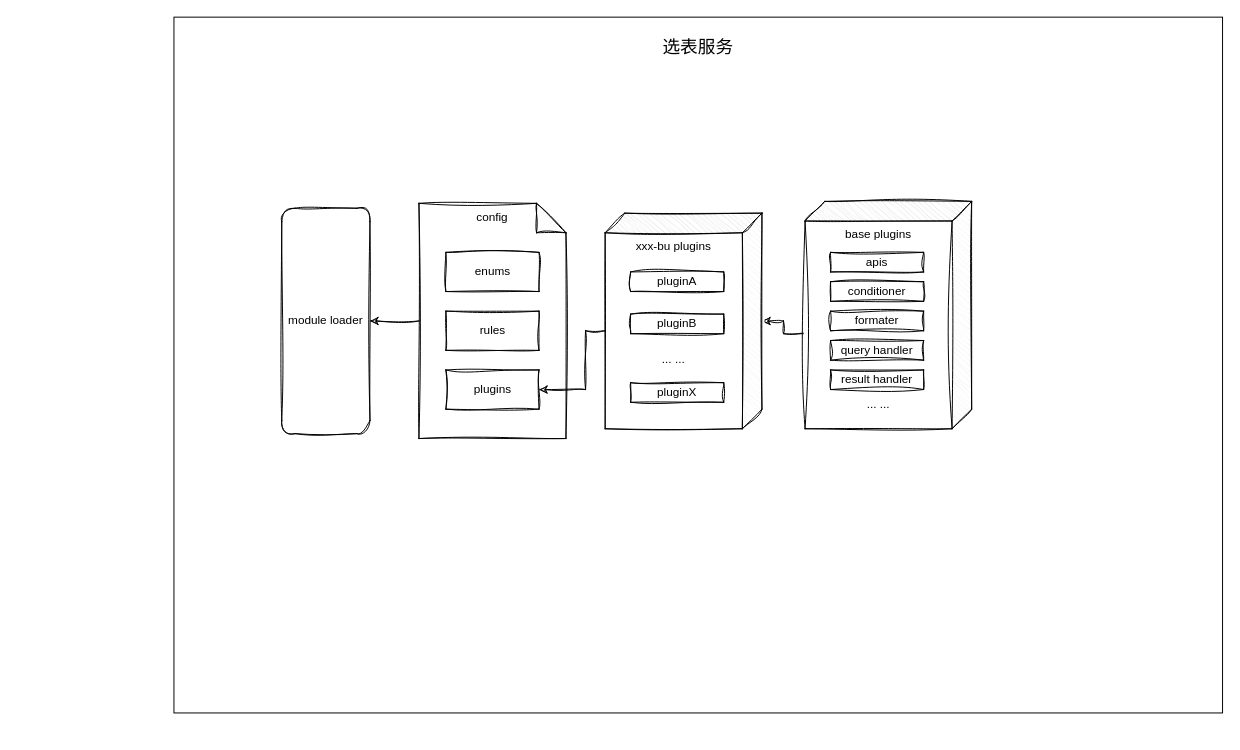
Before: chatbi/xuanbiao.drawio in cavaljames/work-diagrams, a draw.io diagram. Source tidied: cells renumbered, new cells numbered last; positions are measured from the earlier drawing's top-left corner, leaving out a move shared by most shapes. Both pictures are drawn from the tidied source at 98%, with x=0, y=0 at pixel (173, 17).
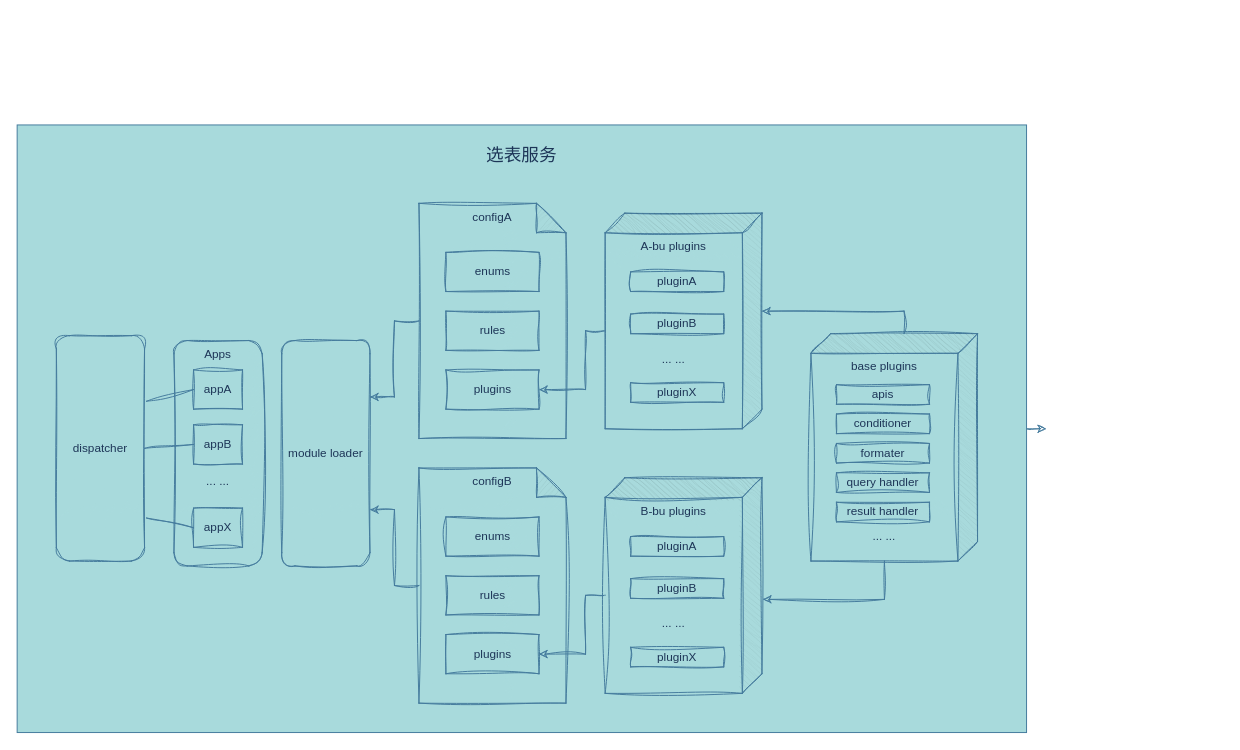
Above is the later version.

Change to the diagram source:
```diff
@@
+    <mxCell id="21" style="edgeStyle=orthogonalEdgeStyle;rounded=0;sketch=1;hachureGap=4;jiggle=2;curveFitting=1;jettySize=auto;html=1;exitX=1;exitY=0.5;exitDx=0;exitDy=0;fontColor=default;labelBackgroundColor=none;strokeColor=#457B9D;" parent="1" edge="1" source="2">
+      <mxGeometry relative="1" as="geometry">
+        <mxPoint x="890" y="420" as="targetPoint" />
+      </mxGeometry>
+    </mxCell>
-    <mxCell id="2" value="&lt;div&gt;&lt;br&gt;&lt;/div&gt;&lt;font style=&quot;font-size: 18px;&quot;&gt;选表服务&lt;/font&gt;" style="rounded=0;whiteSpace=wrap;html=1;hachureGap=4;verticalAlign=top;" parent="1" vertex="1">
-      <mxGeometry width="1070" height="710" as="geometry" />
+    <mxCell id="2" value="&lt;div&gt;&lt;br&gt;&lt;/div&gt;&lt;font style=&quot;font-size: 18px;&quot;&gt;选表服务&lt;/font&gt;" style="rounded=0;whiteSpace=wrap;html=1;hachureGap=4;verticalAlign=top;labelBackgroundColor=none;fillColor=#A8DADC;strokeColor=#457B9D;fontColor=#1D3557;" parent="1" vertex="1">
+      <mxGeometry x="-160" y="110" width="1030" height="620" as="geometry" />
     </mxCell>
-    <mxCell id="3" style="edgeStyle=orthogonalEdgeStyle;rounded=0;sketch=1;hachureGap=4;jiggle=2;curveFitting=1;jettySize=auto;html=1;" parent="1" edge="1" source="4" target="5">
-      <mxGeometry relative="1" as="geometry" />
-    </mxCell>
-    <mxCell id="4" value="config" style="shape=note;whiteSpace=wrap;html=1;backgroundOutline=1;darkOpacity=0.05;sketch=1;hachureGap=4;jiggle=2;curveFitting=1;verticalAlign=top;" parent="1" vertex="1">
+    <mxCell id="4" value="configA" style="shape=note;whiteSpace=wrap;html=1;backgroundOutline=1;darkOpacity=0.05;sketch=1;hachureGap=4;jiggle=2;curveFitting=1;verticalAlign=top;labelBackgroundColor=none;fillColor=#A8DADC;strokeColor=#457B9D;fontColor=#1D3557;" parent="1" vertex="1">
       <mxGeometry x="250" y="190" width="150" height="240" as="geometry" />
     </mxCell>
-    <mxCell id="5" value="module loader" style="rounded=1;whiteSpace=wrap;html=1;sketch=1;hachureGap=4;jiggle=2;curveFitting=1;" parent="1" vertex="1">
-      <mxGeometry x="110" y="195" width="90" height="230" as="geometry" />
+    <mxCell id="5" value="module loader" style="rounded=1;whiteSpace=wrap;html=1;sketch=1;hachureGap=4;jiggle=2;curveFitting=1;labelBackgroundColor=none;fillColor=#A8DADC;strokeColor=#457B9D;fontColor=#1D3557;" parent="1" vertex="1">
+      <mxGeometry x="110" y="330" width="90" height="230" as="geometry" />
     </mxCell>
-    <mxCell id="6" value="plugins" style="rounded=0;whiteSpace=wrap;html=1;sketch=1;hachureGap=4;jiggle=2;curveFitting=1;" parent="1" vertex="1">
+    <mxCell id="6" value="plugins" style="rounded=0;whiteSpace=wrap;html=1;sketch=1;hachureGap=4;jiggle=2;curveFitting=1;labelBackgroundColor=none;fillColor=#A8DADC;strokeColor=#457B9D;fontColor=#1D3557;" parent="1" vertex="1">
       <mxGeometry x="277.5" y="360" width="95" height="40" as="geometry" />
     </mxCell>
-    <mxCell id="7" value="enums" style="rounded=0;whiteSpace=wrap;html=1;sketch=1;hachureGap=4;jiggle=2;curveFitting=1;" parent="1" vertex="1">
+    <mxCell id="7" value="enums" style="rounded=0;whiteSpace=wrap;html=1;sketch=1;hachureGap=4;jiggle=2;curveFitting=1;labelBackgroundColor=none;fillColor=#A8DADC;strokeColor=#457B9D;fontColor=#1D3557;" parent="1" vertex="1">
       <mxGeometry x="277.5" y="240" width="95" height="40" as="geometry" />
     </mxCell>
-    <mxCell id="8" value="rules" style="rounded=0;whiteSpace=wrap;html=1;sketch=1;hachureGap=4;jiggle=2;curveFitting=1;" parent="1" vertex="1">
+    <mxCell id="8" value="rules" style="rounded=0;whiteSpace=wrap;html=1;sketch=1;hachureGap=4;jiggle=2;curveFitting=1;labelBackgroundColor=none;fillColor=#A8DADC;strokeColor=#457B9D;fontColor=#1D3557;" parent="1" vertex="1">
       <mxGeometry x="277.5" y="300" width="95" height="40" as="geometry" />
     </mxCell>
-    <mxCell id="9" style="edgeStyle=orthogonalEdgeStyle;rounded=0;sketch=1;hachureGap=4;jiggle=2;curveFitting=1;jettySize=auto;html=1;exitX=0;exitY=0;exitDx=135;exitDy=170;exitPerimeter=0;" parent="1" edge="1" source="10" target="17">
-      <mxGeometry relative="1" as="geometry" />
-    </mxCell>
-    <mxCell id="10" value="base plugins&lt;div&gt;&lt;br&gt;&lt;/div&gt;&lt;div&gt;&lt;br&gt;&lt;/div&gt;&lt;div&gt;&lt;br&gt;&lt;/div&gt;&lt;div&gt;&lt;br&gt;&lt;/div&gt;&lt;div&gt;&lt;br&gt;&lt;/div&gt;&lt;div&gt;&lt;br&gt;&lt;/div&gt;&lt;div&gt;&lt;br&gt;&lt;/div&gt;&lt;div&gt;&lt;br&gt;&lt;/div&gt;&lt;div&gt;&lt;br&gt;&lt;/div&gt;&lt;div&gt;&lt;br&gt;&lt;/div&gt;&lt;div&gt;&lt;br&gt;&lt;/div&gt;&lt;div&gt;&lt;span style=&quot;background-color: initial;&quot;&gt;... ...&lt;/span&gt;&lt;br&gt;&lt;/div&gt;" style="shape=cube;whiteSpace=wrap;html=1;boundedLbl=1;backgroundOutline=1;darkOpacity=0.05;darkOpacity2=0.1;sketch=1;hachureGap=4;jiggle=2;curveFitting=1;direction=south;verticalAlign=top;" parent="1" vertex="1">
-      <mxGeometry x="644" y="188" width="170" height="232" as="geometry" />
+    <mxCell id="10" value="base plugins&lt;div&gt;&lt;br&gt;&lt;/div&gt;&lt;div&gt;&lt;br&gt;&lt;/div&gt;&lt;div&gt;&lt;br&gt;&lt;/div&gt;&lt;div&gt;&lt;br&gt;&lt;/div&gt;&lt;div&gt;&lt;br&gt;&lt;/div&gt;&lt;div&gt;&lt;br&gt;&lt;/div&gt;&lt;div&gt;&lt;br&gt;&lt;/div&gt;&lt;div&gt;&lt;br&gt;&lt;/div&gt;&lt;div&gt;&lt;br&gt;&lt;/div&gt;&lt;div&gt;&lt;br&gt;&lt;/div&gt;&lt;div&gt;&lt;br&gt;&lt;/div&gt;&lt;div&gt;&lt;span style=&quot;background-color: initial;&quot;&gt;... ...&lt;/span&gt;&lt;br&gt;&lt;/div&gt;" style="shape=cube;whiteSpace=wrap;html=1;boundedLbl=1;backgroundOutline=1;darkOpacity=0.05;darkOpacity2=0.1;sketch=1;hachureGap=4;jiggle=2;curveFitting=1;direction=south;verticalAlign=top;labelBackgroundColor=none;fillColor=#A8DADC;strokeColor=#457B9D;fontColor=#1D3557;" parent="1" vertex="1">
+      <mxGeometry x="650" y="323" width="170" height="232" as="geometry" />
     </mxCell>
-    <mxCell id="11" value="apis" style="rounded=0;whiteSpace=wrap;html=1;sketch=1;hachureGap=4;jiggle=2;curveFitting=1;" parent="1" vertex="1">
-      <mxGeometry x="670" y="240" width="95" height="20" as="geometry" />
+    <mxCell id="11" value="apis" style="rounded=0;whiteSpace=wrap;html=1;sketch=1;hachureGap=4;jiggle=2;curveFitting=1;labelBackgroundColor=none;fillColor=#A8DADC;strokeColor=#457B9D;fontColor=#1D3557;" parent="1" vertex="1">
+      <mxGeometry x="676" y="375" width="95" height="20" as="geometry" />
     </mxCell>
-    <mxCell id="12" value="result handler" style="rounded=0;whiteSpace=wrap;html=1;sketch=1;hachureGap=4;jiggle=2;curveFitting=1;" parent="1" vertex="1">
-      <mxGeometry x="670" y="360" width="95" height="20" as="geometry" />
+    <mxCell id="12" value="result handler" style="rounded=0;whiteSpace=wrap;html=1;sketch=1;hachureGap=4;jiggle=2;curveFitting=1;labelBackgroundColor=none;fillColor=#A8DADC;strokeColor=#457B9D;fontColor=#1D3557;" parent="1" vertex="1">
+      <mxGeometry x="676" y="495" width="95" height="20" as="geometry" />
     </mxCell>
-    <mxCell id="13" value="query handler" style="rounded=0;whiteSpace=wrap;html=1;sketch=1;hachureGap=4;jiggle=2;curveFitting=1;" parent="1" vertex="1">
-      <mxGeometry x="670" y="330" width="95" height="20" as="geometry" />
+    <mxCell id="13" value="query handler" style="rounded=0;whiteSpace=wrap;html=1;sketch=1;hachureGap=4;jiggle=2;curveFitting=1;labelBackgroundColor=none;fillColor=#A8DADC;strokeColor=#457B9D;fontColor=#1D3557;" parent="1" vertex="1">
+      <mxGeometry x="676" y="465" width="95" height="20" as="geometry" />
     </mxCell>
-    <mxCell id="14" value="conditioner" style="rounded=0;whiteSpace=wrap;html=1;sketch=1;hachureGap=4;jiggle=2;curveFitting=1;" parent="1" vertex="1">
-      <mxGeometry x="670" y="270" width="95" height="20" as="geometry" />
+    <mxCell id="14" value="conditioner" style="rounded=0;whiteSpace=wrap;html=1;sketch=1;hachureGap=4;jiggle=2;curveFitting=1;labelBackgroundColor=none;fillColor=#A8DADC;strokeColor=#457B9D;fontColor=#1D3557;" parent="1" vertex="1">
+      <mxGeometry x="676" y="405" width="95" height="20" as="geometry" />
     </mxCell>
-    <mxCell id="15" value="formater" style="rounded=0;whiteSpace=wrap;html=1;sketch=1;hachureGap=4;jiggle=2;curveFitting=1;" parent="1" vertex="1">
-      <mxGeometry x="670" y="300" width="95" height="20" as="geometry" />
+    <mxCell id="15" value="formater" style="rounded=0;whiteSpace=wrap;html=1;sketch=1;hachureGap=4;jiggle=2;curveFitting=1;labelBackgroundColor=none;fillColor=#A8DADC;strokeColor=#457B9D;fontColor=#1D3557;" parent="1" vertex="1">
+      <mxGeometry x="676" y="435" width="95" height="20" as="geometry" />
     </mxCell>
-    <mxCell id="16" style="edgeStyle=orthogonalEdgeStyle;rounded=0;sketch=1;hachureGap=4;jiggle=2;curveFitting=1;jettySize=auto;html=1;exitX=0;exitY=0;exitDx=120;exitDy=160;exitPerimeter=0;entryX=1;entryY=0.5;entryDx=0;entryDy=0;" parent="1" edge="1" source="17" target="6">
+    <mxCell id="16" style="edgeStyle=orthogonalEdgeStyle;rounded=0;sketch=1;hachureGap=4;jiggle=2;curveFitting=1;jettySize=auto;html=1;exitX=0;exitY=0;exitDx=120;exitDy=160;exitPerimeter=0;entryX=1;entryY=0.5;entryDx=0;entryDy=0;labelBackgroundColor=none;fontColor=default;strokeColor=#457B9D;" parent="1" edge="1" source="17" target="6">
       <mxGeometry relative="1" as="geometry">
         <Array as="points">
           <mxPoint x="420" y="320" />
           <mxPoint x="420" y="380" />
         </Array>
       </mxGeometry>
     </mxCell>
-    <mxCell id="17" value="xxx-bu plugins&lt;div&gt;&lt;br&gt;&lt;/div&gt;&lt;div&gt;&lt;br&gt;&lt;/div&gt;&lt;div&gt;&lt;br&gt;&lt;/div&gt;&lt;div&gt;&lt;br&gt;&lt;/div&gt;&lt;div&gt;&lt;br&gt;&lt;/div&gt;&lt;div&gt;&lt;br&gt;&lt;/div&gt;&lt;div&gt;&lt;br&gt;&lt;/div&gt;&lt;div&gt;... ...&lt;/div&gt;" style="shape=cube;whiteSpace=wrap;html=1;boundedLbl=1;backgroundOutline=1;darkOpacity=0.05;darkOpacity2=0.1;sketch=1;hachureGap=4;jiggle=2;curveFitting=1;direction=south;verticalAlign=top;" parent="1" vertex="1">
+    <mxCell id="17" value="A-bu plugins&lt;div&gt;&lt;br&gt;&lt;/div&gt;&lt;div&gt;&lt;br&gt;&lt;/div&gt;&lt;div&gt;&lt;br&gt;&lt;/div&gt;&lt;div&gt;&lt;br&gt;&lt;/div&gt;&lt;div&gt;&lt;br&gt;&lt;/div&gt;&lt;div&gt;&lt;br&gt;&lt;/div&gt;&lt;div&gt;&lt;br&gt;&lt;/div&gt;&lt;div&gt;... ...&lt;/div&gt;" style="shape=cube;whiteSpace=wrap;html=1;boundedLbl=1;backgroundOutline=1;darkOpacity=0.05;darkOpacity2=0.1;sketch=1;hachureGap=4;jiggle=2;curveFitting=1;direction=south;verticalAlign=top;labelBackgroundColor=none;fillColor=#A8DADC;strokeColor=#457B9D;fontColor=#1D3557;" parent="1" vertex="1">
       <mxGeometry x="440" y="200" width="160" height="220" as="geometry" />
     </mxCell>
-    <mxCell id="18" value="pluginA" style="rounded=0;whiteSpace=wrap;html=1;sketch=1;hachureGap=4;jiggle=2;curveFitting=1;" parent="1" vertex="1">
+    <mxCell id="18" value="pluginA" style="rounded=0;whiteSpace=wrap;html=1;sketch=1;hachureGap=4;jiggle=2;curveFitting=1;labelBackgroundColor=none;fillColor=#A8DADC;strokeColor=#457B9D;fontColor=#1D3557;" parent="1" vertex="1">
       <mxGeometry x="466" y="260" width="95" height="20" as="geometry" />
     </mxCell>
-    <mxCell id="19" value="pluginX" style="rounded=0;whiteSpace=wrap;html=1;sketch=1;hachureGap=4;jiggle=2;curveFitting=1;" parent="1" vertex="1">
+    <mxCell id="19" value="pluginX" style="rounded=0;whiteSpace=wrap;html=1;sketch=1;hachureGap=4;jiggle=2;curveFitting=1;labelBackgroundColor=none;fillColor=#A8DADC;strokeColor=#457B9D;fontColor=#1D3557;" parent="1" vertex="1">
       <mxGeometry x="466" y="373" width="95" height="20" as="geometry" />
     </mxCell>
-    <mxCell id="20" value="pluginB" style="rounded=0;whiteSpace=wrap;html=1;sketch=1;hachureGap=4;jiggle=2;curveFitting=1;" parent="1" vertex="1">
+    <mxCell id="20" value="pluginB" style="rounded=0;whiteSpace=wrap;html=1;sketch=1;hachureGap=4;jiggle=2;curveFitting=1;labelBackgroundColor=none;fillColor=#A8DADC;strokeColor=#457B9D;fontColor=#1D3557;" parent="1" vertex="1">
       <mxGeometry x="466" y="303" width="95" height="20" as="geometry" />
     </mxCell>
+    <mxCell id="22" value="configB" style="shape=note;whiteSpace=wrap;html=1;backgroundOutline=1;darkOpacity=0.05;sketch=1;hachureGap=4;jiggle=2;curveFitting=1;verticalAlign=top;labelBackgroundColor=none;fillColor=#A8DADC;strokeColor=#457B9D;fontColor=#1D3557;" parent="1" vertex="1">
+      <mxGeometry x="250" y="460" width="150" height="240" as="geometry" />
+    </mxCell>
+    <mxCell id="23" value="plugins" style="rounded=0;whiteSpace=wrap;html=1;sketch=1;hachureGap=4;jiggle=2;curveFitting=1;labelBackgroundColor=none;fillColor=#A8DADC;strokeColor=#457B9D;fontColor=#1D3557;" parent="1" vertex="1">
+      <mxGeometry x="277.5" y="630" width="95" height="40" as="geometry" />
+    </mxCell>
+    <mxCell id="24" value="enums" style="rounded=0;whiteSpace=wrap;html=1;sketch=1;hachureGap=4;jiggle=2;curveFitting=1;labelBackgroundColor=none;fillColor=#A8DADC;strokeColor=#457B9D;fontColor=#1D3557;" parent="1" vertex="1">
+      <mxGeometry x="277.5" y="510" width="95" height="40" as="geometry" />
+    </mxCell>
+    <mxCell id="25" value="rules" style="rounded=0;whiteSpace=wrap;html=1;sketch=1;hachureGap=4;jiggle=2;curveFitting=1;labelBackgroundColor=none;fillColor=#A8DADC;strokeColor=#457B9D;fontColor=#1D3557;" parent="1" vertex="1">
+      <mxGeometry x="277.5" y="570" width="95" height="40" as="geometry" />
+    </mxCell>
+    <mxCell id="26" style="edgeStyle=orthogonalEdgeStyle;rounded=0;sketch=1;hachureGap=4;jiggle=2;curveFitting=1;jettySize=auto;html=1;exitX=0;exitY=0;exitDx=120;exitDy=160;exitPerimeter=0;entryX=1;entryY=0.5;entryDx=0;entryDy=0;labelBackgroundColor=none;fontColor=default;strokeColor=#457B9D;" parent="1" edge="1" source="27" target="23">
+      <mxGeometry relative="1" as="geometry">
+        <Array as="points">
+          <mxPoint x="420" y="590" />
+          <mxPoint x="420" y="650" />
+        </Array>
+      </mxGeometry>
+    </mxCell>
+    <mxCell id="27" value="B-bu plugins&lt;div&gt;&lt;br&gt;&lt;/div&gt;&lt;div&gt;&lt;br&gt;&lt;/div&gt;&lt;div&gt;&lt;br&gt;&lt;/div&gt;&lt;div&gt;&lt;br&gt;&lt;/div&gt;&lt;div&gt;&lt;br&gt;&lt;/div&gt;&lt;div&gt;&lt;br&gt;&lt;/div&gt;&lt;div&gt;&lt;br&gt;&lt;/div&gt;&lt;div&gt;... ...&lt;/div&gt;" style="shape=cube;whiteSpace=wrap;html=1;boundedLbl=1;backgroundOutline=1;darkOpacity=0.05;darkOpacity2=0.1;sketch=1;hachureGap=4;jiggle=2;curveFitting=1;direction=south;verticalAlign=top;labelBackgroundColor=none;fillColor=#A8DADC;strokeColor=#457B9D;fontColor=#1D3557;" parent="1" vertex="1">
+      <mxGeometry x="440" y="470" width="160" height="220" as="geometry" />
+    </mxCell>
+    <mxCell id="28" value="pluginA" style="rounded=0;whiteSpace=wrap;html=1;sketch=1;hachureGap=4;jiggle=2;curveFitting=1;labelBackgroundColor=none;fillColor=#A8DADC;strokeColor=#457B9D;fontColor=#1D3557;" parent="1" vertex="1">
+      <mxGeometry x="466" y="530" width="95" height="20" as="geometry" />
+    </mxCell>
+    <mxCell id="29" value="pluginX" style="rounded=0;whiteSpace=wrap;html=1;sketch=1;hachureGap=4;jiggle=2;curveFitting=1;labelBackgroundColor=none;fillColor=#A8DADC;strokeColor=#457B9D;fontColor=#1D3557;" parent="1" vertex="1">
+      <mxGeometry x="466" y="643" width="95" height="20" as="geometry" />
+    </mxCell>
+    <mxCell id="30" value="pluginB" style="rounded=0;whiteSpace=wrap;html=1;sketch=1;hachureGap=4;jiggle=2;curveFitting=1;labelBackgroundColor=none;fillColor=#A8DADC;strokeColor=#457B9D;fontColor=#1D3557;" parent="1" vertex="1">
+      <mxGeometry x="466" y="573" width="95" height="20" as="geometry" />
+    </mxCell>
+    <mxCell id="3" style="edgeStyle=orthogonalEdgeStyle;rounded=0;sketch=1;hachureGap=4;jiggle=2;curveFitting=1;jettySize=auto;html=1;exitX=0;exitY=0.5;exitDx=0;exitDy=0;exitPerimeter=0;entryX=1;entryY=0.25;entryDx=0;entryDy=0;labelBackgroundColor=none;fontColor=default;strokeColor=#457B9D;" parent="1" edge="1" source="4" target="5">
+      <mxGeometry relative="1" as="geometry" />
+    </mxCell>
+    <mxCell id="31" style="edgeStyle=orthogonalEdgeStyle;rounded=0;sketch=1;hachureGap=4;jiggle=2;curveFitting=1;jettySize=auto;html=1;exitX=0;exitY=0.5;exitDx=0;exitDy=0;exitPerimeter=0;entryX=1;entryY=0.75;entryDx=0;entryDy=0;labelBackgroundColor=none;fontColor=default;strokeColor=#457B9D;" parent="1" edge="1" source="22" target="5">
+      <mxGeometry relative="1" as="geometry" />
+    </mxCell>
+    <mxCell id="9" style="edgeStyle=orthogonalEdgeStyle;rounded=0;sketch=1;hachureGap=4;jiggle=2;curveFitting=1;jettySize=auto;html=1;exitX=0;exitY=0;exitDx=0;exitDy=75;exitPerimeter=0;entryX=0;entryY=0;entryDx=100;entryDy=0;entryPerimeter=0;labelBackgroundColor=none;fontColor=default;strokeColor=#457B9D;" parent="1" edge="1" source="10" target="17">
+      <mxGeometry relative="1" as="geometry" />
+    </mxCell>
+    <mxCell id="32" style="edgeStyle=orthogonalEdgeStyle;rounded=0;sketch=1;hachureGap=4;jiggle=2;curveFitting=1;jettySize=auto;html=1;exitX=0;exitY=0;exitDx=232;exitDy=95;exitPerimeter=0;entryX=0.564;entryY=-0.006;entryDx=0;entryDy=0;entryPerimeter=0;labelBackgroundColor=none;fontColor=default;strokeColor=#457B9D;" parent="1" edge="1" source="10" target="27">
+      <mxGeometry relative="1" as="geometry" />
+    </mxCell>
+    <mxCell id="33" value="Apps&lt;div&gt;&lt;br&gt;&lt;/div&gt;&lt;div&gt;&lt;br&gt;&lt;/div&gt;&lt;div&gt;&lt;br&gt;&lt;/div&gt;&lt;div&gt;&lt;br&gt;&lt;/div&gt;&lt;div&gt;&lt;br&gt;&lt;/div&gt;&lt;div&gt;&lt;br&gt;&lt;/div&gt;&lt;div&gt;&lt;br&gt;&lt;/div&gt;&lt;div&gt;&lt;br&gt;&lt;/div&gt;&lt;div&gt;... ...&lt;/div&gt;" style="rounded=1;whiteSpace=wrap;html=1;sketch=1;hachureGap=4;jiggle=2;curveFitting=1;verticalAlign=top;labelBackgroundColor=none;fillColor=#A8DADC;strokeColor=#457B9D;fontColor=#1D3557;" parent="1" vertex="1">
+      <mxGeometry y="330" width="90" height="230" as="geometry" />
+    </mxCell>
+    <mxCell id="34" value="appA" style="rounded=0;whiteSpace=wrap;html=1;sketch=1;hachureGap=4;jiggle=2;curveFitting=1;labelBackgroundColor=none;fillColor=#A8DADC;strokeColor=#457B9D;fontColor=#1D3557;" parent="1" vertex="1">
+      <mxGeometry x="20" y="360" width="50" height="40" as="geometry" />
+    </mxCell>
+    <mxCell id="35" value="appB" style="rounded=0;whiteSpace=wrap;html=1;sketch=1;hachureGap=4;jiggle=2;curveFitting=1;labelBackgroundColor=none;fillColor=#A8DADC;strokeColor=#457B9D;fontColor=#1D3557;" parent="1" vertex="1">
+      <mxGeometry x="20" y="416" width="50" height="40" as="geometry" />
+    </mxCell>
+    <mxCell id="36" style="endArrow=none;html=1;rounded=0;sketch=1;hachureGap=4;jiggle=2;curveFitting=1;entryX=0;entryY=0.5;entryDx=0;entryDy=0;exitX=1.022;exitY=0.291;exitDx=0;exitDy=0;exitPerimeter=0;labelBackgroundColor=none;fontColor=default;strokeColor=#457B9D;" parent="1" edge="1" source="40" target="34">
+      <mxGeometry relative="1" as="geometry" />
+    </mxCell>
+    <mxCell id="37" value="appX" style="rounded=0;whiteSpace=wrap;html=1;sketch=1;hachureGap=4;jiggle=2;curveFitting=1;labelBackgroundColor=none;fillColor=#A8DADC;strokeColor=#457B9D;fontColor=#1D3557;" parent="1" vertex="1">
+      <mxGeometry x="20" y="501" width="50" height="40" as="geometry" />
+    </mxCell>
+    <mxCell id="38" style="endArrow=none;html=1;rounded=0;sketch=1;hachureGap=4;jiggle=2;curveFitting=1;entryX=0;entryY=0.5;entryDx=0;entryDy=0;exitX=1;exitY=0.5;exitDx=0;exitDy=0;labelBackgroundColor=none;fontColor=default;strokeColor=#457B9D;" parent="1" edge="1" source="40" target="35">
+      <mxGeometry relative="1" as="geometry" />
+    </mxCell>
+    <mxCell id="39" style="endArrow=none;html=1;rounded=0;sketch=1;hachureGap=4;jiggle=2;curveFitting=1;entryX=0;entryY=0.5;entryDx=0;entryDy=0;labelBackgroundColor=none;fontColor=default;exitX=1.022;exitY=0.809;exitDx=0;exitDy=0;exitPerimeter=0;strokeColor=#457B9D;" parent="1" edge="1" source="40" target="37">
+      <mxGeometry relative="1" as="geometry" />
+    </mxCell>
+    <mxCell id="40" value="dispatcher" style="rounded=1;whiteSpace=wrap;html=1;sketch=1;hachureGap=4;jiggle=2;curveFitting=1;labelBackgroundColor=none;fillColor=#A8DADC;strokeColor=#457B9D;fontColor=#1D3557;" parent="1" vertex="1">
+      <mxGeometry x="-120" y="325" width="90" height="230" as="geometry" />
+    </mxCell>
```
